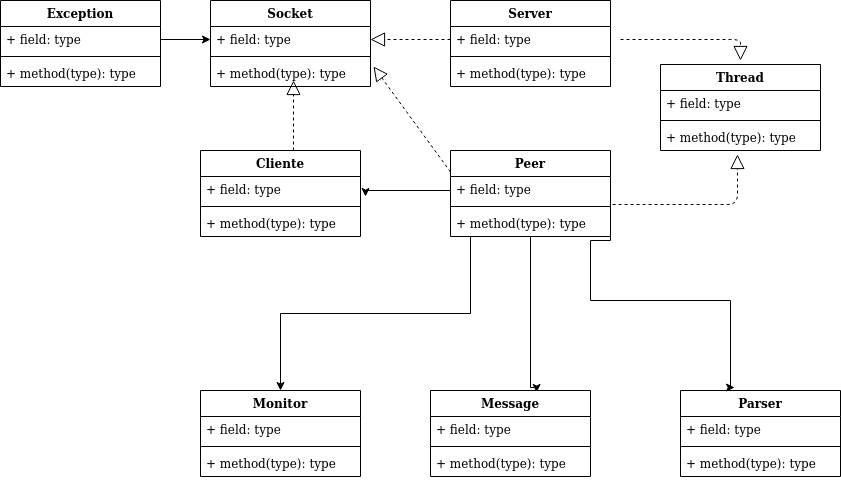
Before: general.png, a diagram exported from draw.io (luciaPardo/tp3). Source tidied: cells renumbered, new cells last; positions are measured from the earlier drawing's top-left corner, leaving out a move shared by most shapes.
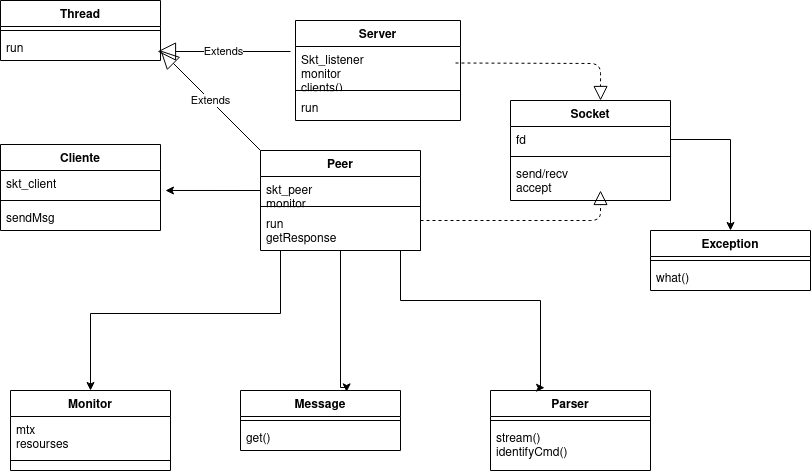
After the commit.

Change to the diagram source:
```diff
@@ -3,57 +3,51 @@
     <mxCell id="0" />
     <mxCell id="1" parent="0" />
     <mxCell id="2" value="Cliente" style="swimlane;fontStyle=1;align=center;verticalAlign=top;horizontal=1;startSize=26;" parent="1" vertex="1">
-      <mxGeometry x="200" y="150" width="160" height="86" as="geometry" />
+      <mxGeometry x="190" y="144" width="160" height="86" as="geometry" />
     </mxCell>
-    <mxCell id="3" value="+ field: type" style="text;strokeColor=none;fillColor=none;align=left;verticalAlign=top;spacingLeft=4;spacingRight=4;overflow=hidden;points=[[0,0.5],[1,0.5]];portConstraint=eastwest;" parent="2" vertex="1">
+    <mxCell id="3" value="skt_client" style="text;strokeColor=none;fillColor=none;align=left;verticalAlign=top;spacingLeft=4;spacingRight=4;overflow=hidden;points=[[0,0.5],[1,0.5]];portConstraint=eastwest;" parent="2" vertex="1">
       <mxGeometry y="26" width="160" height="26" as="geometry" />
     </mxCell>
     <mxCell id="4" style="line;strokeWidth=1;fillColor=none;align=left;verticalAlign=middle;spacingTop=-1;spacingLeft=3;spacingRight=3;labelPosition=right;" parent="2" vertex="1">
       <mxGeometry y="52" width="160" height="8" as="geometry" />
     </mxCell>
-    <mxCell id="5" value="+ method(type): type" style="text;strokeColor=none;fillColor=none;align=left;verticalAlign=top;spacingLeft=4;spacingRight=4;overflow=hidden;" parent="2" vertex="1">
+    <mxCell id="5" value="sendMsg" style="text;strokeColor=none;fillColor=none;align=left;verticalAlign=top;spacingLeft=4;spacingRight=4;overflow=hidden;" parent="2" vertex="1">
       <mxGeometry y="60" width="160" height="26" as="geometry" />
     </mxCell>
     <mxCell id="6" value="Server" style="swimlane;fontStyle=1;align=center;verticalAlign=top;horizontal=1;startSize=26;" parent="1" vertex="1">
-      <mxGeometry x="450" width="160" height="86" as="geometry" />
+      <mxGeometry x="485" y="20" width="165" height="100" as="geometry" />
     </mxCell>
+    <mxCell id="9" value="Skt_listener&#10;monitor&#10;clients()&#10;" style="text;strokeColor=none;fillColor=none;align=left;verticalAlign=top;spacingLeft=4;spacingRight=4;overflow=hidden;" parent="6" vertex="1">
+      <mxGeometry y="26" width="165" height="40" as="geometry" />
+    </mxCell>
+    <mxCell id="8" style="line;strokeWidth=1;fillColor=none;align=left;verticalAlign=middle;spacingTop=-1;spacingLeft=3;spacingRight=3;labelPosition=right;" parent="6" vertex="1">
+      <mxGeometry y="66" width="165" height="8" as="geometry" />
+    </mxCell>
-    <mxCell id="7" value="+ field: type" style="text;strokeColor=none;fillColor=none;align=left;verticalAlign=top;spacingLeft=4;spacingRight=4;overflow=hidden;points=[[0,0.5],[1,0.5]];portConstraint=eastwest;" parent="6" vertex="1">
-      <mxGeometry y="26" width="160" height="26" as="geometry" />
+    <mxCell id="7" value="run" style="text;strokeColor=none;fillColor=none;align=left;verticalAlign=top;spacingLeft=4;spacingRight=4;overflow=hidden;points=[[0,0.5],[1,0.5]];portConstraint=eastwest;" parent="6" vertex="1">
+      <mxGeometry y="74" width="165" height="26" as="geometry" />
     </mxCell>
-    <mxCell id="8" style="line;strokeWidth=1;fillColor=none;align=left;verticalAlign=middle;spacingTop=-1;spacingLeft=3;spacingRight=3;labelPosition=right;" parent="6" vertex="1">
-      <mxGeometry y="52" width="160" height="8" as="geometry" />
-    </mxCell>
-    <mxCell id="9" value="+ method(type): type" style="text;strokeColor=none;fillColor=none;align=left;verticalAlign=top;spacingLeft=4;spacingRight=4;overflow=hidden;" parent="6" vertex="1">
-      <mxGeometry y="60" width="160" height="26" as="geometry" />
-    </mxCell>
     <mxCell id="10" value="Monitor" style="swimlane;fontStyle=1;align=center;verticalAlign=top;horizontal=1;startSize=26;" parent="1" vertex="1">
-      <mxGeometry x="200" y="390" width="160" height="86" as="geometry" />
+      <mxGeometry x="200" y="390" width="160" height="80" as="geometry" />
     </mxCell>
-    <mxCell id="11" value="+ field: type" style="text;strokeColor=none;fillColor=none;align=left;verticalAlign=top;spacingLeft=4;spacingRight=4;overflow=hidden;" parent="10" vertex="1">
-      <mxGeometry y="26" width="160" height="26" as="geometry" />
+    <mxCell id="11" value="mtx&#10;resourses&#10;" style="text;strokeColor=none;fillColor=none;align=left;verticalAlign=top;spacingLeft=4;spacingRight=4;overflow=hidden;" parent="10" vertex="1">
+      <mxGeometry y="26" width="160" height="34" as="geometry" />
     </mxCell>
     <mxCell id="12" style="line;strokeWidth=1;fillColor=none;align=left;verticalAlign=middle;spacingTop=-1;spacingLeft=3;spacingRight=3;labelPosition=right;" parent="10" vertex="1">
-      <mxGeometry y="52" width="160" height="8" as="geometry" />
+      <mxGeometry y="60" width="160" height="20" as="geometry" />
     </mxCell>
-    <mxCell id="13" value="+ method(type): type" style="text;strokeColor=none;fillColor=none;align=left;verticalAlign=top;spacingLeft=4;spacingRight=4;overflow=hidden;" parent="10" vertex="1">
-      <mxGeometry y="60" width="160" height="26" as="geometry" />
-    </mxCell>
     <mxCell id="14" value="Thread" style="swimlane;fontStyle=1;align=center;verticalAlign=top;horizontal=1;startSize=26;" parent="1" vertex="1">
-      <mxGeometry x="660" y="64" width="160" height="86" as="geometry" />
+      <mxGeometry x="190" width="160" height="60" as="geometry" />
     </mxCell>
-    <mxCell id="15" value="+ field: type" style="text;strokeColor=none;fillColor=none;align=left;verticalAlign=top;spacingLeft=4;spacingRight=4;overflow=hidden;" parent="14" vertex="1">
-      <mxGeometry y="26" width="160" height="26" as="geometry" />
-    </mxCell>
     <mxCell id="16" style="line;strokeWidth=1;fillColor=none;align=left;verticalAlign=middle;spacingTop=-1;spacingLeft=3;spacingRight=3;labelPosition=right;" parent="14" vertex="1">
-      <mxGeometry y="52" width="160" height="8" as="geometry" />
+      <mxGeometry y="26" width="160" height="8" as="geometry" />
     </mxCell>
-    <mxCell id="17" value="+ method(type): type" style="text;strokeColor=none;fillColor=none;align=left;verticalAlign=top;spacingLeft=4;spacingRight=4;overflow=hidden;points=[[0,0.5],[1,0.5]];portConstraint=eastwest;" parent="14" vertex="1">
-      <mxGeometry y="60" width="160" height="26" as="geometry" />
+    <mxCell id="17" value="run" style="text;strokeColor=none;fillColor=none;align=left;verticalAlign=top;spacingLeft=4;spacingRight=4;overflow=hidden;points=[[0,0.5],[1,0.5]];portConstraint=eastwest;" parent="14" vertex="1">
+      <mxGeometry y="34" width="160" height="26" as="geometry" />
     </mxCell>
     <mxCell id="18" style="edgeStyle=orthogonalEdgeStyle;rounded=0;jettySize=auto;html=1;exitX=0.25;exitY=1;exitDx=0;exitDy=0;entryX=0.5;entryY=0;entryDx=0;entryDy=0;" parent="1" edge="1" source="20" target="10">
       <mxGeometry relative="1" as="geometry">
         <Array as="points">
-          <mxPoint x="470" y="236" />
+          <mxPoint x="470" y="250" />
           <mxPoint x="470" y="313" />
           <mxPoint x="280" y="313" />
         </Array>
@@ -68,52 +62,43 @@
       </mxGeometry>
     </mxCell>
     <mxCell id="20" value="Peer" style="swimlane;fontStyle=1;align=center;verticalAlign=top;horizontal=1;startSize=26;" parent="1" vertex="1">
-      <mxGeometry x="450" y="150" width="160" height="86" as="geometry" />
+      <mxGeometry x="450" y="150" width="160" height="100" as="geometry" />
     </mxCell>
-    <mxCell id="21" value="+ field: type" style="text;strokeColor=none;fillColor=none;align=left;verticalAlign=top;spacingLeft=4;spacingRight=4;overflow=hidden;points=[[0,0.5],[1,0.5]];portConstraint=eastwest;" parent="20" vertex="1">
+    <mxCell id="21" value="skt_peer&#10;monitor" style="text;strokeColor=none;fillColor=none;align=left;verticalAlign=top;spacingLeft=4;spacingRight=4;overflow=hidden;points=[[0,0.5],[1,0.5]];portConstraint=eastwest;" parent="20" vertex="1">
       <mxGeometry y="26" width="160" height="26" as="geometry" />
     </mxCell>
     <mxCell id="22" style="line;strokeWidth=1;fillColor=none;align=left;verticalAlign=middle;spacingTop=-1;spacingLeft=3;spacingRight=3;labelPosition=right;" parent="20" vertex="1">
       <mxGeometry y="52" width="160" height="8" as="geometry" />
     </mxCell>
-    <mxCell id="23" value="+ method(type): type" style="text;strokeColor=none;fillColor=none;align=left;verticalAlign=top;spacingLeft=4;spacingRight=4;overflow=hidden;points=[[0,0.5],[1,0.5]];portConstraint=eastwest;" parent="20" vertex="1">
-      <mxGeometry y="60" width="160" height="26" as="geometry" />
+    <mxCell id="23" value="run&#10;getResponse" style="text;strokeColor=none;fillColor=none;align=left;verticalAlign=top;spacingLeft=4;spacingRight=4;overflow=hidden;points=[[0,0.5],[1,0.5]];portConstraint=eastwest;" parent="20" vertex="1">
+      <mxGeometry y="60" width="160" height="40" as="geometry" />
     </mxCell>
     <mxCell id="24" value="Message" style="swimlane;fontStyle=1;align=center;verticalAlign=top;horizontal=1;startSize=26;" parent="1" vertex="1">
-      <mxGeometry x="430" y="390" width="160" height="86" as="geometry" />
+      <mxGeometry x="430" y="390" width="160" height="60" as="geometry" />
     </mxCell>
-    <mxCell id="25" value="+ field: type" style="text;strokeColor=none;fillColor=none;align=left;verticalAlign=top;spacingLeft=4;spacingRight=4;overflow=hidden;" parent="24" vertex="1">
-      <mxGeometry y="26" width="160" height="26" as="geometry" />
-    </mxCell>
     <mxCell id="26" style="line;strokeWidth=1;fillColor=none;align=left;verticalAlign=middle;spacingTop=-1;spacingLeft=3;spacingRight=3;labelPosition=right;" parent="24" vertex="1">
-      <mxGeometry y="52" width="160" height="8" as="geometry" />
+      <mxGeometry y="26" width="160" height="8" as="geometry" />
     </mxCell>
-    <mxCell id="27" value="+ method(type): type" style="text;strokeColor=none;fillColor=none;align=left;verticalAlign=top;spacingLeft=4;spacingRight=4;overflow=hidden;" parent="24" vertex="1">
-      <mxGeometry y="60" width="160" height="26" as="geometry" />
+    <mxCell id="27" value="get()" style="text;strokeColor=none;fillColor=none;align=left;verticalAlign=top;spacingLeft=4;spacingRight=4;overflow=hidden;" parent="24" vertex="1">
+      <mxGeometry y="34" width="160" height="26" as="geometry" />
     </mxCell>
     <mxCell id="28" value="Parser" style="swimlane;fontStyle=1;align=center;verticalAlign=top;horizontal=1;startSize=26;" parent="1" vertex="1">
-      <mxGeometry x="680" y="390" width="160" height="86" as="geometry" />
+      <mxGeometry x="680" y="390" width="160" height="80" as="geometry" />
     </mxCell>
-    <mxCell id="29" value="+ field: type" style="text;strokeColor=none;fillColor=none;align=left;verticalAlign=top;spacingLeft=4;spacingRight=4;overflow=hidden;" parent="28" vertex="1">
-      <mxGeometry y="26" width="160" height="26" as="geometry" />
-    </mxCell>
     <mxCell id="30" style="line;strokeWidth=1;fillColor=none;align=left;verticalAlign=middle;spacingTop=-1;spacingLeft=3;spacingRight=3;labelPosition=right;" parent="28" vertex="1">
-      <mxGeometry y="52" width="160" height="8" as="geometry" />
+      <mxGeometry y="26" width="160" height="8" as="geometry" />
     </mxCell>
-    <mxCell id="31" value="+ method(type): type" style="text;strokeColor=none;fillColor=none;align=left;verticalAlign=top;spacingLeft=4;spacingRight=4;overflow=hidden;" parent="28" vertex="1">
-      <mxGeometry y="60" width="160" height="26" as="geometry" />
+    <mxCell id="31" value="stream()&#10;identifyCmd()&#10;" style="text;strokeColor=none;fillColor=none;align=left;verticalAlign=top;spacingLeft=4;spacingRight=4;overflow=hidden;" parent="28" vertex="1">
+      <mxGeometry y="34" width="160" height="46" as="geometry" />
     </mxCell>
     <mxCell id="32" value="Exception" style="swimlane;fontStyle=1;align=center;verticalAlign=top;horizontal=1;startSize=26;" parent="1" vertex="1">
-      <mxGeometry width="160" height="86" as="geometry" />
+      <mxGeometry x="840" y="230" width="160" height="60" as="geometry" />
     </mxCell>
-    <mxCell id="33" value="+ field: type" style="text;strokeColor=none;fillColor=none;align=left;verticalAlign=top;spacingLeft=4;spacingRight=4;overflow=hidden;points=[[0,0.5],[1,0.5]];portConstraint=eastwest;" parent="32" vertex="1">
-      <mxGeometry y="26" width="160" height="26" as="geometry" />
-    </mxCell>
     <mxCell id="34" style="line;strokeWidth=1;fillColor=none;align=left;verticalAlign=middle;spacingTop=-1;spacingLeft=3;spacingRight=3;labelPosition=right;" parent="32" vertex="1">
-      <mxGeometry y="52" width="160" height="8" as="geometry" />
+      <mxGeometry y="26" width="160" height="8" as="geometry" />
     </mxCell>
-    <mxCell id="35" value="+ method(type): type" style="text;strokeColor=none;fillColor=none;align=left;verticalAlign=top;spacingLeft=4;spacingRight=4;overflow=hidden;" parent="32" vertex="1">
-      <mxGeometry y="60" width="160" height="26" as="geometry" />
+    <mxCell id="35" value="what()" style="text;strokeColor=none;fillColor=none;align=left;verticalAlign=top;spacingLeft=4;spacingRight=4;overflow=hidden;" parent="32" vertex="1">
+      <mxGeometry y="34" width="160" height="26" as="geometry" />
     </mxCell>
     <mxCell id="36" style="edgeStyle=orthogonalEdgeStyle;rounded=0;jettySize=auto;html=1;exitX=0;exitY=0.5;exitDx=0;exitDy=0;entryX=1.031;entryY=0.769;entryDx=0;entryDy=0;entryPerimeter=0;" parent="1" edge="1" source="21" target="3">
       <mxGeometry relative="1" as="geometry">
@@ -122,11 +107,22 @@
         </Array>
       </mxGeometry>
     </mxCell>
+    <mxCell id="48" value="Extends" style="endArrow=block;endSize=16;endFill=0;html=1;" parent="1" edge="1">
+      <mxGeometry relative="1" as="geometry">
+        <mxPoint x="480" y="51" as="sourcePoint" />
+        <mxPoint x="347" y="51" as="targetPoint" />
+      </mxGeometry>
+    </mxCell>
+    <mxCell id="49" value="Extends" style="endArrow=block;endSize=16;endFill=0;html=1;exitX=0;exitY=0;exitDx=0;exitDy=0;" parent="1" edge="1" source="20">
+      <mxGeometry relative="1" as="geometry">
+        <mxPoint x="350" y="50" as="targetPoint" />
+      </mxGeometry>
+    </mxCell>
     <mxCell id="37" style="edgeStyle=orthogonalEdgeStyle;rounded=0;jettySize=auto;html=1;exitX=1;exitY=0.5;exitDx=0;exitDy=0;entryX=0.338;entryY=-0.035;entryDx=0;entryDy=0;entryPerimeter=0;" parent="1" edge="1" source="23" target="28">
       <mxGeometry relative="1" as="geometry">
         <Array as="points">
-          <mxPoint x="610" y="240" />
-          <mxPoint x="590" y="240" />
+          <mxPoint x="610" y="250" />
+          <mxPoint x="590" y="250" />
           <mxPoint x="590" y="300" />
           <mxPoint x="730" y="300" />
           <mxPoint x="730" y="387" />
@@ -134,46 +130,36 @@
       </mxGeometry>
     </mxCell>
     <mxCell id="38" value="Socket" style="swimlane;fontStyle=1;align=center;verticalAlign=top;horizontal=1;startSize=26;" parent="1" vertex="1">
-      <mxGeometry x="210" width="160" height="86" as="geometry" />
+      <mxGeometry x="700" y="100" width="160" height="100" as="geometry" />
     </mxCell>
-    <mxCell id="39" value="+ field: type" style="text;strokeColor=none;fillColor=none;align=left;verticalAlign=top;spacingLeft=4;spacingRight=4;overflow=hidden;points=[[0,0.5],[1,0.5]];portConstraint=eastwest;" parent="38" vertex="1">
+    <mxCell id="39" value="fd" style="text;strokeColor=none;fillColor=none;align=left;verticalAlign=top;spacingLeft=4;spacingRight=4;overflow=hidden;points=[[0,0.5],[1,0.5]];portConstraint=eastwest;" parent="38" vertex="1">
       <mxGeometry y="26" width="160" height="26" as="geometry" />
     </mxCell>
     <mxCell id="40" style="line;strokeWidth=1;fillColor=none;align=left;verticalAlign=middle;spacingTop=-1;spacingLeft=3;spacingRight=3;labelPosition=right;" parent="38" vertex="1">
       <mxGeometry y="52" width="160" height="8" as="geometry" />
     </mxCell>
-    <mxCell id="41" value="+ method(type): type" style="text;strokeColor=none;fillColor=none;align=left;verticalAlign=top;spacingLeft=4;spacingRight=4;overflow=hidden;points=[[0,0.5],[1,0.5]];portConstraint=eastwest;" parent="38" vertex="1">
-      <mxGeometry y="60" width="160" height="26" as="geometry" />
+    <mxCell id="41" value="send/recv&#10;accept&#10;" style="text;strokeColor=none;fillColor=none;align=left;verticalAlign=top;spacingLeft=4;spacingRight=4;overflow=hidden;points=[[0,0.5],[1,0.5]];portConstraint=eastwest;" parent="38" vertex="1">
+      <mxGeometry y="60" width="160" height="40" as="geometry" />
     </mxCell>
+    <mxCell id="50" style="endArrow=block;dashed=1;endFill=0;endSize=12;html=1;entryX=0.563;entryY=0;entryDx=0;entryDy=0;entryPerimeter=0;" parent="1" edge="1" target="38">
+      <mxGeometry relative="1" as="geometry">
+        <mxPoint x="645" y="62.5" as="sourcePoint" />
+        <Array as="points">
+          <mxPoint x="790" y="63" />
+        </Array>
+      </mxGeometry>
+    </mxCell>
-    <mxCell id="42" style="endArrow=block;dashed=1;endFill=0;endSize=12;html=1;exitX=0;exitY=0.25;exitDx=0;exitDy=0;entryX=1.019;entryY=0.231;entryDx=0;entryDy=0;entryPerimeter=0;" parent="1" edge="1" source="20" target="41">
-      <mxGeometry relative="1" as="geometry" />
+    <mxCell id="42" style="endArrow=block;dashed=1;endFill=0;endSize=12;html=1;" parent="1" edge="1">
+      <mxGeometry relative="1" as="geometry">
+        <mxPoint x="610" y="220" as="sourcePoint" />
+        <mxPoint x="790" y="190" as="targetPoint" />
+        <Array as="points">
+          <mxPoint x="790" y="220" />
+        </Array>
+      </mxGeometry>
     </mxCell>
-    <mxCell id="43" style="endArrow=block;dashed=1;endFill=0;endSize=12;html=1;exitX=0.581;exitY=0;exitDx=0;exitDy=0;exitPerimeter=0;" parent="1" edge="1" source="2">
-      <mxGeometry relative="1" as="geometry">
-        <mxPoint x="293" y="80" as="targetPoint" />
-      </mxGeometry>
-    </mxCell>
-    <mxCell id="44" style="endArrow=block;dashed=1;endFill=0;endSize=12;html=1;exitX=0;exitY=0.5;exitDx=0;exitDy=0;entryX=1;entryY=0.5;entryDx=0;entryDy=0;" parent="1" edge="1" source="7" target="39">
-      <mxGeometry relative="1" as="geometry" />
-    </mxCell>
-    <mxCell id="45" style="edgeStyle=orthogonalEdgeStyle;rounded=0;jettySize=auto;html=1;exitX=1;exitY=0.5;exitDx=0;exitDy=0;entryX=0;entryY=0.5;entryDx=0;entryDy=0;" parent="1" edge="1" source="33" target="39">
-      <mxGeometry relative="1" as="geometry" />
-    </mxCell>
-    <mxCell id="46" style="endArrow=block;dashed=1;endFill=0;endSize=12;html=1;exitX=1.013;exitY=1.077;exitDx=0;exitDy=0;exitPerimeter=0;entryX=0.481;entryY=1.154;entryDx=0;entryDy=0;entryPerimeter=0;" parent="1" edge="1" source="21" target="17">
-      <mxGeometry relative="1" as="geometry">
-        <Array as="points">
-          <mxPoint x="737" y="204" />
-        </Array>
-      </mxGeometry>
-    </mxCell>
-    <mxCell id="47" style="endArrow=block;dashed=1;endFill=0;endSize=12;html=1;" parent="1" edge="1">
-      <mxGeometry relative="1" as="geometry">
-        <mxPoint x="620" y="39" as="sourcePoint" />
-        <mxPoint x="740" y="60" as="targetPoint" />
-        <Array as="points">
-          <mxPoint x="740" y="39" />
-        </Array>
-      </mxGeometry>
-    </mxCell>
+    <mxCell id="51" style="edgeStyle=orthogonalEdgeStyle;rounded=0;jettySize=auto;html=1;exitX=1;exitY=0.5;exitDx=0;exitDy=0;entryX=0.5;entryY=0;entryDx=0;entryDy=0;" parent="1" edge="1" source="39" target="32">
+      <mxGeometry relative="1" as="geometry" />
+    </mxCell>
   </root>
 </mxGraphModel>
```
